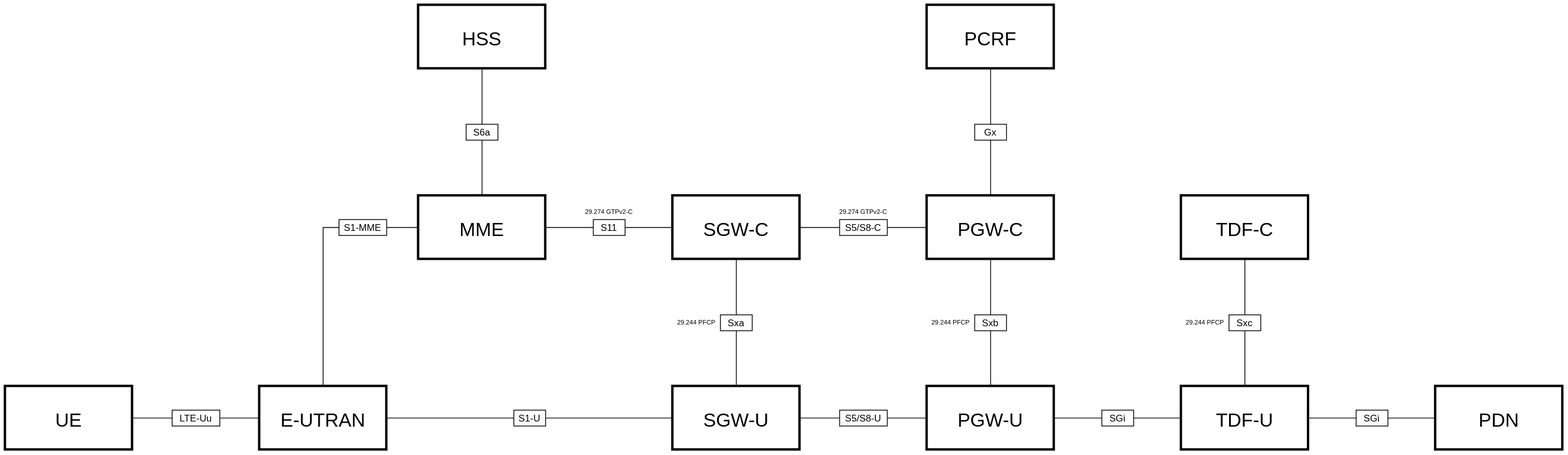
Above: images/epc-architecture.svg in amirsarebani81/core-network (draw.io), before the change. Source tidied: cells renumbered, new cells last; positions are measured from the earlier drawing's top-left corner, leaving out a move shared by most shapes.
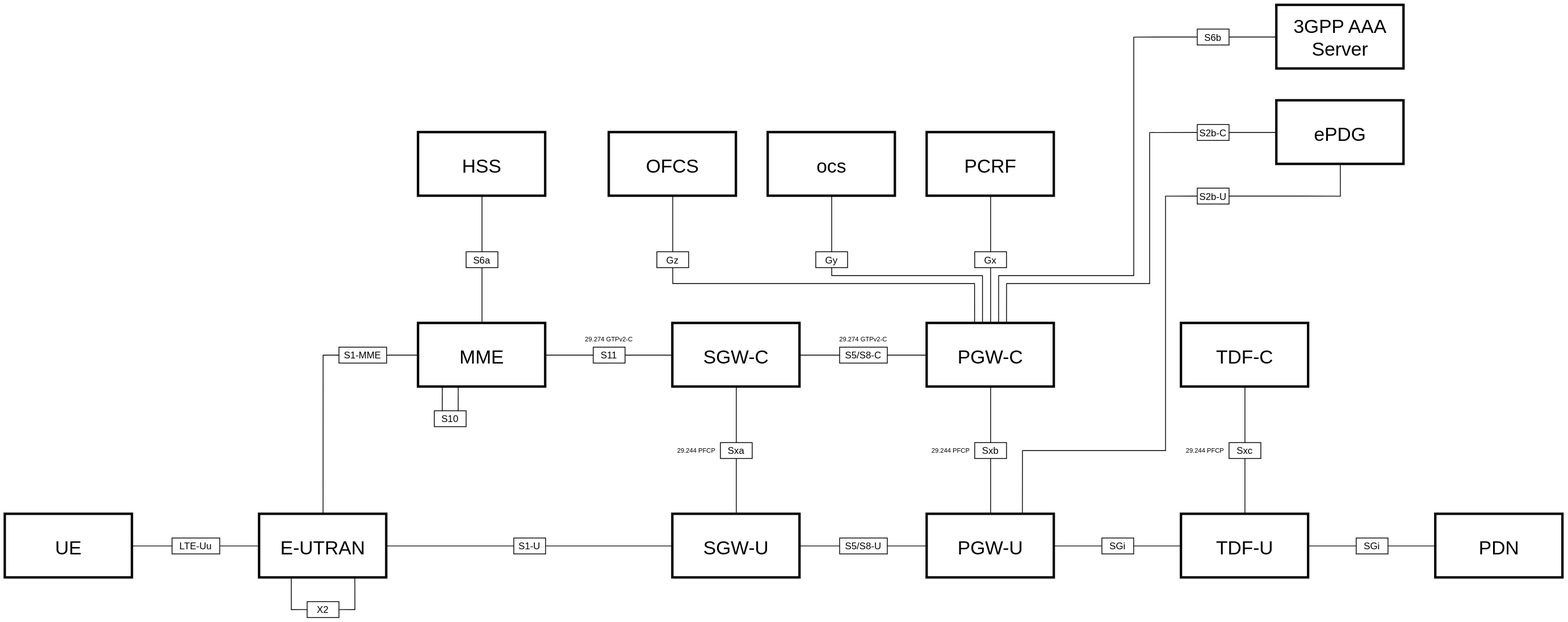
The same file after the commit.

Commit message:
Improve architecture and specifications

Diff of the diagram source:
```diff
@@ -86,6 +86,13 @@
     <mxCell id="29" style="edgeStyle=orthogonalEdgeStyle;rounded=0;jettySize=auto;html=1;exitX=1;exitY=0.5;exitDx=0;exitDy=0;entryX=0;entryY=0.5;entryDx=0;entryDy=0;endArrow=none;endFill=0;convertToSvg=1;" parent="1" edge="1" source="30" target="36">
       <mxGeometry relative="1" as="geometry" />
     </mxCell>
+    <mxCell id="58" style="edgeStyle=orthogonalEdgeStyle;rounded=0;jettySize=auto;html=1;exitX=0.25;exitY=1;exitDx=0;exitDy=0;entryX=0;entryY=0.5;entryDx=0;entryDy=0;endArrow=none;endFill=0;convertToSvg=1;" parent="1" edge="1" source="30" target="60">
+      <mxGeometry relative="1" as="geometry">
+        <Array as="points">
+          <mxPoint x="360" y="600" />
+        </Array>
+      </mxGeometry>
+    </mxCell>
     <mxCell id="30" value="E-UTRAN" style="rounded=0;whiteSpace=wrap;html=1;fontFamily=Helvetica;fontSize=24;strokeWidth=3;convertToSvg=1;svgWhiteSpace=wrap;" parent="1" vertex="1">
       <mxGeometry x="320" y="480" width="160" height="80" as="geometry" />
     </mxCell>
@@ -170,5 +177,113 @@
     <mxCell id="57" value="Gx" style="rounded=0;whiteSpace=wrap;html=1;fontSize=12;strokeWidth=1;convertToSvg=1;svgWhiteSpace=wrap;" parent="1" vertex="1">
       <mxGeometry x="1220" y="150" width="40" height="20" as="geometry" />
     </mxCell>
+    <mxCell id="59" style="edgeStyle=orthogonalEdgeStyle;rounded=0;jettySize=auto;html=1;exitX=1;exitY=0.5;exitDx=0;exitDy=0;entryX=0.75;entryY=1;entryDx=0;entryDy=0;endArrow=none;endFill=0;convertToSvg=1;" parent="1" edge="1" source="60" target="30">
+      <mxGeometry relative="1" as="geometry">
+        <Array as="points">
+          <mxPoint x="440" y="600" />
+        </Array>
+      </mxGeometry>
+    </mxCell>
+    <mxCell id="60" value="X2" style="rounded=0;whiteSpace=wrap;html=1;fontSize=12;strokeWidth=1;convertToSvg=1;svgWhiteSpace=wrap;" parent="1" vertex="1">
+      <mxGeometry x="380" y="590" width="40" height="20" as="geometry" />
+    </mxCell>
+    <mxCell id="61" style="edgeStyle=orthogonalEdgeStyle;rounded=0;jettySize=auto;html=1;exitX=0.5;exitY=1;exitDx=0;exitDy=0;entryX=0.5;entryY=0;entryDx=0;entryDy=0;endArrow=none;endFill=0;convertToSvg=1;" parent="1" edge="1" source="62" target="65">
+      <mxGeometry relative="1" as="geometry" />
+    </mxCell>
+    <mxCell id="62" value="ocs" style="rounded=0;whiteSpace=wrap;html=1;fontFamily=Helvetica;fontSize=24;strokeWidth=3;convertToSvg=1;svgWhiteSpace=wrap;" parent="1" vertex="1">
+      <mxGeometry x="960" width="160" height="80" as="geometry" />
+    </mxCell>
+    <mxCell id="63" style="edgeStyle=orthogonalEdgeStyle;rounded=0;jettySize=auto;html=1;exitX=0.5;exitY=1;exitDx=0;exitDy=0;entryX=0.5;entryY=0;entryDx=0;entryDy=0;endArrow=none;endFill=0;convertToSvg=1;" parent="1" edge="1" source="64" target="66">
+      <mxGeometry relative="1" as="geometry" />
+    </mxCell>
+    <mxCell id="64" value="OFCS" style="rounded=0;whiteSpace=wrap;html=1;fontFamily=Helvetica;fontSize=24;strokeWidth=3;convertToSvg=1;svgWhiteSpace=wrap;" parent="1" vertex="1">
+      <mxGeometry x="760" width="160" height="80" as="geometry" />
+    </mxCell>
+    <mxCell id="65" value="Gy" style="rounded=0;whiteSpace=wrap;html=1;fontSize=12;strokeWidth=1;convertToSvg=1;svgWhiteSpace=wrap;" parent="1" vertex="1">
+      <mxGeometry x="1020" y="150" width="40" height="20" as="geometry" />
+    </mxCell>
+    <mxCell id="66" value="Gz" style="rounded=0;whiteSpace=wrap;html=1;fontSize=12;strokeWidth=1;convertToSvg=1;svgWhiteSpace=wrap;" parent="1" vertex="1">
+      <mxGeometry x="820" y="150" width="40" height="20" as="geometry" />
+    </mxCell>
+    <mxCell id="67" style="edgeStyle=orthogonalEdgeStyle;rounded=0;orthogonalLoop=1;jettySize=auto;html=1;exitX=0.5;exitY=1;exitDx=0;exitDy=0;entryX=0.436;entryY=0.001;entryDx=0;entryDy=0;entryPerimeter=0;endArrow=none;endFill=0;convertToSvg=1;" parent="1" edge="1">
+      <mxGeometry relative="1" as="geometry">
+        <mxPoint x="1040" y="170" as="sourcePoint" />
+        <mxPoint x="1229.8" y="240.1" as="targetPoint" />
+        <Array as="points">
+          <mxPoint x="1040" y="180" />
+          <mxPoint x="1230" y="180" />
+        </Array>
+      </mxGeometry>
+    </mxCell>
+    <mxCell id="68" style="edgeStyle=orthogonalEdgeStyle;rounded=0;orthogonalLoop=1;jettySize=auto;html=1;exitX=0.5;exitY=1;exitDx=0;exitDy=0;entryX=0.374;entryY=0.01;entryDx=0;entryDy=0;entryPerimeter=0;endArrow=none;endFill=0;convertToSvg=1;" parent="1" edge="1">
+      <mxGeometry relative="1" as="geometry">
+        <mxPoint x="840" y="170" as="sourcePoint" />
+        <mxPoint x="1219.8" y="240.8" as="targetPoint" />
+        <Array as="points">
+          <mxPoint x="840" y="190" />
+          <mxPoint x="1220" y="190" />
+        </Array>
+      </mxGeometry>
+    </mxCell>
+    <mxCell id="69" value="S10" style="rounded=0;whiteSpace=wrap;html=1;fontSize=12;strokeWidth=1;convertToSvg=1;svgWhiteSpace=wrap;" parent="1" vertex="1">
+      <mxGeometry x="540" y="350" width="40" height="20" as="geometry" />
+    </mxCell>
+    <mxCell id="70" style="edgeStyle=orthogonalEdgeStyle;rounded=0;jettySize=auto;html=1;exitX=0.75;exitY=0;exitDx=0;exitDy=0;entryX=0.313;entryY=1;entryDx=0;entryDy=0;entryPerimeter=0;endArrow=none;endFill=0;convertToSvg=1;" parent="1" edge="1" source="69" target="4">
+      <mxGeometry relative="1" as="geometry" />
+    </mxCell>
+    <mxCell id="71" style="edgeStyle=orthogonalEdgeStyle;rounded=0;jettySize=auto;html=1;exitX=0.25;exitY=0;exitDx=0;exitDy=0;entryX=0.188;entryY=1;entryDx=0;entryDy=0;entryPerimeter=0;endArrow=none;endFill=0;convertToSvg=1;" parent="1" edge="1" source="69" target="4">
+      <mxGeometry relative="1" as="geometry" />
+    </mxCell>
+    <mxCell id="72" style="edgeStyle=orthogonalEdgeStyle;rounded=0;jettySize=auto;html=1;entryX=0.563;entryY=0;entryDx=0;entryDy=0;entryPerimeter=0;exitX=0;exitY=0.5;exitDx=0;exitDy=0;endArrow=none;endFill=0;" parent="1" edge="1" source="78" target="11">
+      <mxGeometry relative="1" as="geometry">
+        <Array as="points">
+          <mxPoint x="1420" y="-120" />
+          <mxPoint x="1420" y="180" />
+          <mxPoint x="1250" y="180" />
+        </Array>
+      </mxGeometry>
+    </mxCell>
+    <mxCell id="73" style="edgeStyle=orthogonalEdgeStyle;rounded=0;jettySize=auto;html=1;exitX=0;exitY=0.5;exitDx=0;exitDy=0;entryX=1;entryY=0.5;entryDx=0;entryDy=0;endArrow=none;endFill=0;" parent="1" edge="1" source="74" target="78">
+      <mxGeometry relative="1" as="geometry" />
+    </mxCell>
+    <mxCell id="74" value="3GPP AAA Server" style="rounded=0;whiteSpace=wrap;html=1;fontFamily=Helvetica;fontSize=24;strokeWidth=3;convertToSvg=1;svgWhiteSpace=wrap;" parent="1" vertex="1">
+      <mxGeometry x="1600" y="-160" width="160" height="80" as="geometry" />
+    </mxCell>
+    <mxCell id="75" style="edgeStyle=orthogonalEdgeStyle;rounded=0;jettySize=auto;html=1;exitX=0;exitY=0.5;exitDx=0;exitDy=0;entryX=1;entryY=0.5;entryDx=0;entryDy=0;endArrow=none;endFill=0;" parent="1" edge="1" source="77" target="80">
+      <mxGeometry relative="1" as="geometry" />
+    </mxCell>
+    <mxCell id="76" style="edgeStyle=orthogonalEdgeStyle;rounded=0;jettySize=auto;html=1;exitX=0.5;exitY=1;exitDx=0;exitDy=0;entryX=1;entryY=0.5;entryDx=0;entryDy=0;endArrow=none;endFill=0;" parent="1" edge="1" source="77" target="81">
+      <mxGeometry relative="1" as="geometry" />
+    </mxCell>
+    <mxCell id="77" value="ePDG" style="rounded=0;whiteSpace=wrap;html=1;fontFamily=Helvetica;fontSize=24;strokeWidth=3;convertToSvg=1;svgWhiteSpace=wrap;" parent="1" vertex="1">
+      <mxGeometry x="1600" y="-40" width="160" height="80" as="geometry" />
+    </mxCell>
+    <mxCell id="78" value="S6b" style="rounded=0;whiteSpace=wrap;html=1;fontSize=12;strokeWidth=1;convertToSvg=1;svgWhiteSpace=wrap;" parent="1" vertex="1">
+      <mxGeometry x="1500" y="-130" width="40" height="20" as="geometry" />
+    </mxCell>
+    <mxCell id="79" style="edgeStyle=orthogonalEdgeStyle;rounded=0;jettySize=auto;html=1;exitX=0;exitY=0.5;exitDx=0;exitDy=0;entryX=0.625;entryY=0;entryDx=0;entryDy=0;entryPerimeter=0;endArrow=none;endFill=0;" parent="1" edge="1" source="80" target="11">
+      <mxGeometry relative="1" as="geometry">
+        <Array as="points">
+          <mxPoint x="1440" />
+          <mxPoint x="1440" y="190" />
+          <mxPoint x="1260" y="190" />
+        </Array>
+      </mxGeometry>
+    </mxCell>
+    <mxCell id="80" value="S2b-C" style="rounded=0;whiteSpace=wrap;html=1;fontSize=12;strokeWidth=1;convertToSvg=1;svgWhiteSpace=wrap;" parent="1" vertex="1">
+      <mxGeometry x="1500" y="-10" width="40" height="20" as="geometry" />
+    </mxCell>
+    <mxCell id="81" value="S2b-U" style="rounded=0;whiteSpace=wrap;html=1;fontSize=12;strokeWidth=1;convertToSvg=1;svgWhiteSpace=wrap;" parent="1" vertex="1">
+      <mxGeometry x="1500" y="70" width="40" height="20" as="geometry" />
+    </mxCell>
+    <mxCell id="82" style="edgeStyle=orthogonalEdgeStyle;rounded=0;jettySize=auto;html=1;exitX=0;exitY=0.5;exitDx=0;exitDy=0;entryX=0.75;entryY=0;entryDx=0;entryDy=0;endArrow=none;endFill=0;" parent="1" edge="1" source="81" target="14">
+      <mxGeometry relative="1" as="geometry">
+        <Array as="points">
+          <mxPoint x="1460" y="80" />
+          <mxPoint x="1460" y="400" />
+          <mxPoint x="1280" y="400" />
+        </Array>
+      </mxGeometry>
+    </mxCell>
   </root>
 </mxGraphModel>
```
